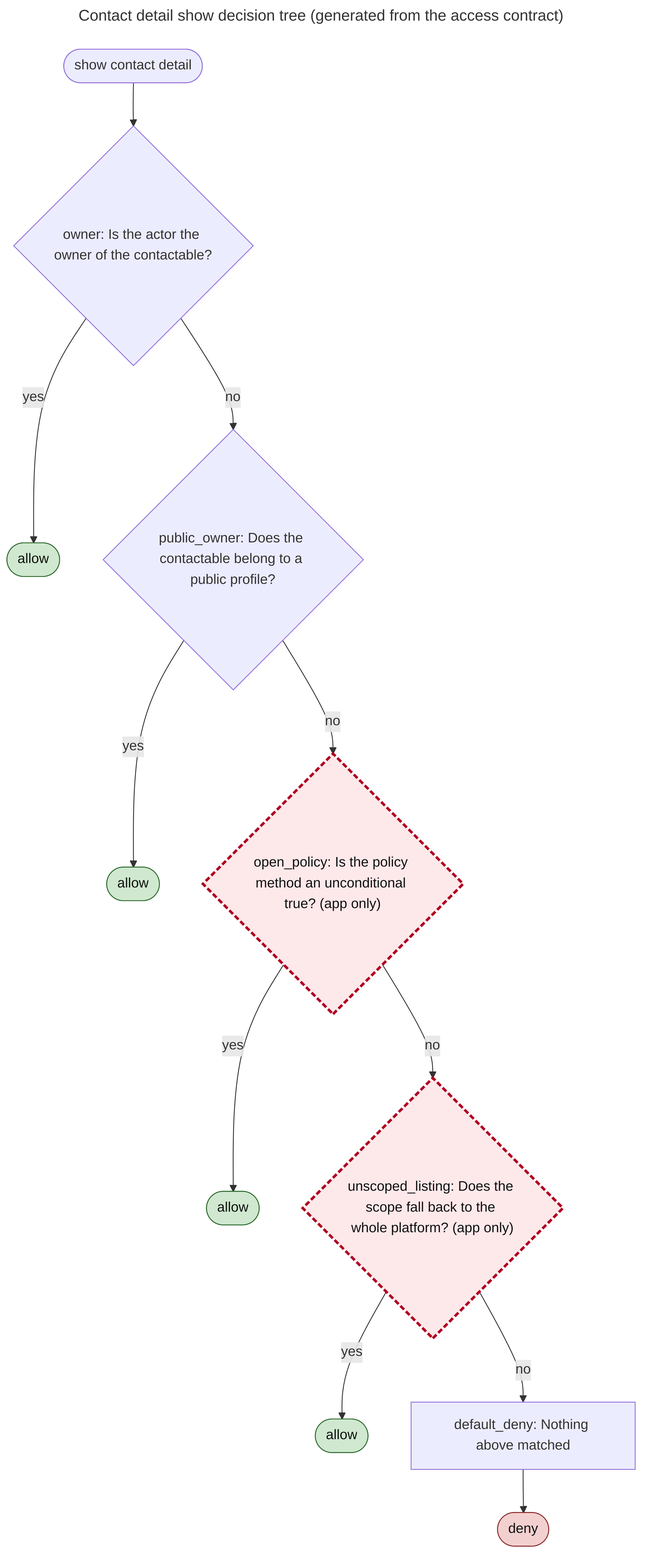
better-together-org/community-engine-rails keeps this Mermaid diagram as docs/diagrams/exports/png/access_contract_contact_detail_decision_tree.png. Above is the earlier version. Its source is kept beside it as docs/diagrams/source/access_contract_contact_detail_decision_tree.mmd.
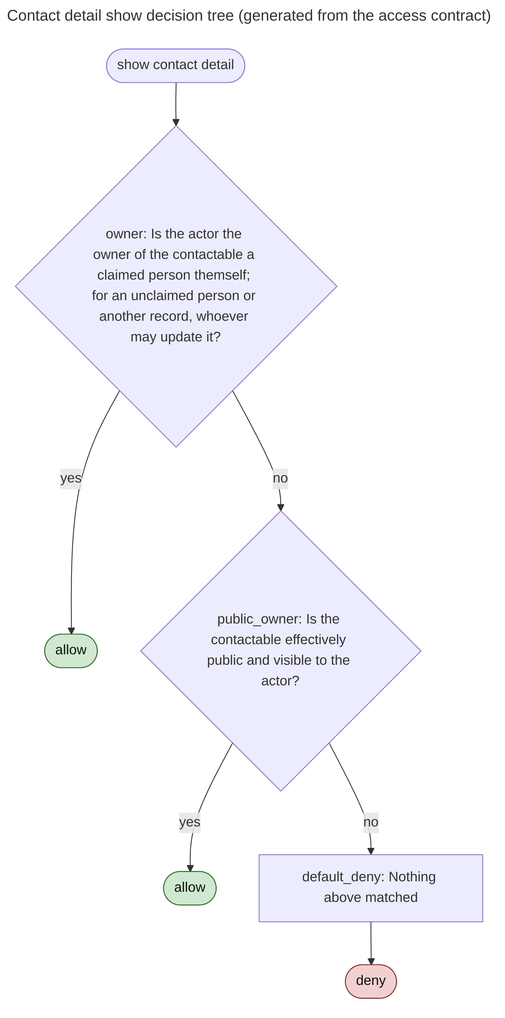
After the change.

What changed in the source:
```diff
@@ -4,27 +4,17 @@
 flowchart TD
   start(["show contact detail"])
   start --> r0
-  r0{"owner: Is the actor the owner of the contactable?"}
+  r0{"owner: Is the actor the owner of the contactable a claimed person themself; for an unclaimed person or another record, whoever may update it?"}
   r0 -- yes --> r0o(["allow"])
   class r0o out_allow
   r0 -- no --> r1
-  r1{"public_owner: Does the contactable belong to a public profile?"}
+  r1{"public_owner: Is the contactable effectively public and visible to the actor?"}
   r1 -- yes --> r1o(["allow"])
   class r1o out_allow
   r1 -- no --> r2
-  r2{"open_policy: Is the policy method an unconditional true? (app only)"}
-  r2 -- yes --> r2o(["allow"])
-  class r2o out_allow
-  class r2 unintended
-  r2 -- no --> r3
-  r3{"unscoped_listing: Does the scope fall back to the whole platform? (app only)"}
-  r3 -- yes --> r3o(["allow"])
-  class r3o out_allow
-  class r3 unintended
-  r3 -- no --> r4
-  r4["default_deny: Nothing above matched"]
-  r4 --> r4o(["deny"])
-  class r4o out_deny
+  r2["default_deny: Nothing above matched"]
+  r2 --> r2o(["deny"])
+  class r2o out_deny
   classDef out_allow fill:#cfe8cf,stroke:#2e6b2e,color:#111
   classDef out_deny fill:#f3d0d0,stroke:#8a2a2a,color:#111
   classDef out_conditional fill:#f6e7b4,stroke:#8a6d1a,color:#111
```
